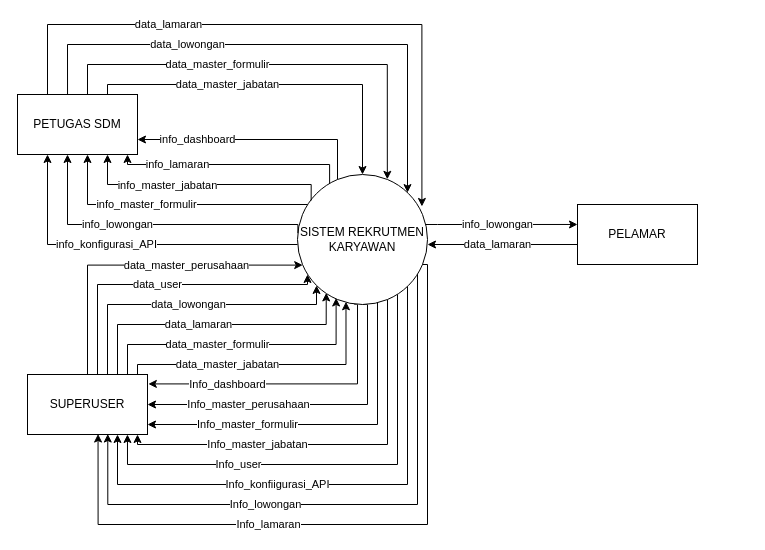
Before: page "DIAGRAM CONTEXT" (1 of 7) of DFD v2.drawio in keys2505/tugas-akhir, a draw.io diagram. Source tidied: cells renumbered, new cells numbered last; positions are measured from the earlier drawing's top-left corner, leaving out a move shared by most shapes. Both pictures are drawn from the tidied source at 100%, with x=0, y=0 at pixel (17, 24).
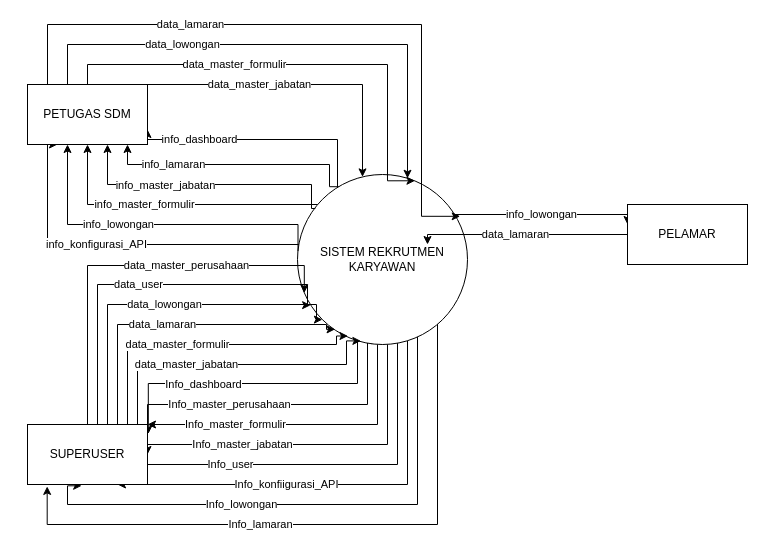
After the change.

The edit, as a diff of the source:
```diff
@@
     <mxCell id="7" value="info_lowongan" style="edgeStyle=orthogonalEdgeStyle;rounded=0;jettySize=auto;html=1;entryX=0;entryY=0.333;entryDx=0;entryDy=0;entryPerimeter=0;" parent="1" edge="1" source="16" target="25">
       <mxGeometry x="-0.05" relative="1" as="geometry">
         <Array as="points">
-          <mxPoint x="420" y="200" />
-          <mxPoint x="420" y="200" />
+          <mxPoint x="610" y="190" />
         </Array>
       </mxGeometry>
     </mxCell>
@@
-    <mxCell id="14" value="Info_lowongan" style="edgeStyle=orthogonalEdgeStyle;rounded=0;jettySize=auto;html=1;entryX=0.669;entryY=0.992;entryDx=0;entryDy=0;entryPerimeter=0;" parent="1" edge="1" source="16" target="32">
+    <mxCell id="14" value="Info_lowongan" style="edgeStyle=orthogonalEdgeStyle;rounded=0;jettySize=auto;html=1;entryX=0.451;entryY=1.022;entryDx=0;entryDy=0;entryPerimeter=0;" parent="1" edge="1" source="16" target="32">
       <mxGeometry x="0.25" relative="1" as="geometry">
         <Array as="points">
           <mxPoint x="400" y="480" />
-          <mxPoint x="90" y="480" />
+          <mxPoint x="50" y="480" />
+          <mxPoint x="50" y="461" />
         </Array>
       </mxGeometry>
     </mxCell>
-    <mxCell id="15" value="Info_lamaran" style="edgeStyle=orthogonalEdgeStyle;rounded=0;jettySize=auto;html=1;entryX=0.588;entryY=0.992;entryDx=0;entryDy=0;entryPerimeter=0;exitX=0.741;exitY=0.064;exitDx=0;exitDy=0;exitPerimeter=0;" parent="1" edge="1" source="16" target="32">
+    <mxCell id="15" value="Info_lamaran" style="edgeStyle=orthogonalEdgeStyle;rounded=0;jettySize=auto;html=1;entryX=0.164;entryY=1.032;entryDx=0;entryDy=0;entryPerimeter=0;exitX=0.741;exitY=0.064;exitDx=0;exitDy=0;exitPerimeter=0;" parent="1" edge="1" source="16" target="32">
       <mxGeometry x="0.25" relative="1" as="geometry">
         <Array as="points">
-          <mxPoint x="402" y="240" />
-          <mxPoint x="410" y="240" />
-          <mxPoint x="410" y="500" />
-          <mxPoint x="81" y="500" />
+          <mxPoint x="420" y="276" />
+          <mxPoint x="420" y="500" />
+          <mxPoint x="30" y="500" />
+          <mxPoint x="30" y="462" />
         </Array>
       </mxGeometry>
     </mxCell>
     <mxCell id="16" value="SISTEM REKRUTMEN KARYAWAN" style="ellipse;whiteSpace=wrap;html=1;direction=south;" parent="1" vertex="1">
-      <mxGeometry x="280" y="150" width="130" height="130" as="geometry" />
+      <mxGeometry x="280" y="150" width="170" height="170" as="geometry" />
     </mxCell>
@@
     <mxCell id="23" value="PETUGAS SDM" style="rounded=0;whiteSpace=wrap;html=1;" parent="1" vertex="1">
-      <mxGeometry y="70" width="120" height="60" as="geometry" />
+      <mxGeometry x="10" y="60" width="120" height="60" as="geometry" />
     </mxCell>
     <mxCell id="24" value="data_lamaran" style="edgeStyle=orthogonalEdgeStyle;rounded=0;jettySize=auto;html=1;" parent="1" edge="1" source="25">
       <mxGeometry x="0.07" relative="1" as="geometry">
         <mxPoint x="410" y="220" as="targetPoint" />
         <Array as="points">
-          <mxPoint x="410" y="220" />
+          <mxPoint x="410" y="210" />
         </Array>
       </mxGeometry>
     </mxCell>
     <mxCell id="25" value="PELAMAR" style="rounded=0;whiteSpace=wrap;html=1;" parent="1" vertex="1">
-      <mxGeometry x="560" y="180" width="120" height="60" as="geometry" />
+      <mxGeometry x="610" y="180" width="120" height="60" as="geometry" />
     </mxCell>
@@
     <mxCell id="32" value="SUPERUSER" style="rounded=0;whiteSpace=wrap;html=1;" parent="1" vertex="1">
-      <mxGeometry x="10" y="350" width="120" height="60" as="geometry" />
+      <mxGeometry x="10" y="400" width="120" height="60" as="geometry" />
     </mxCell>
```
